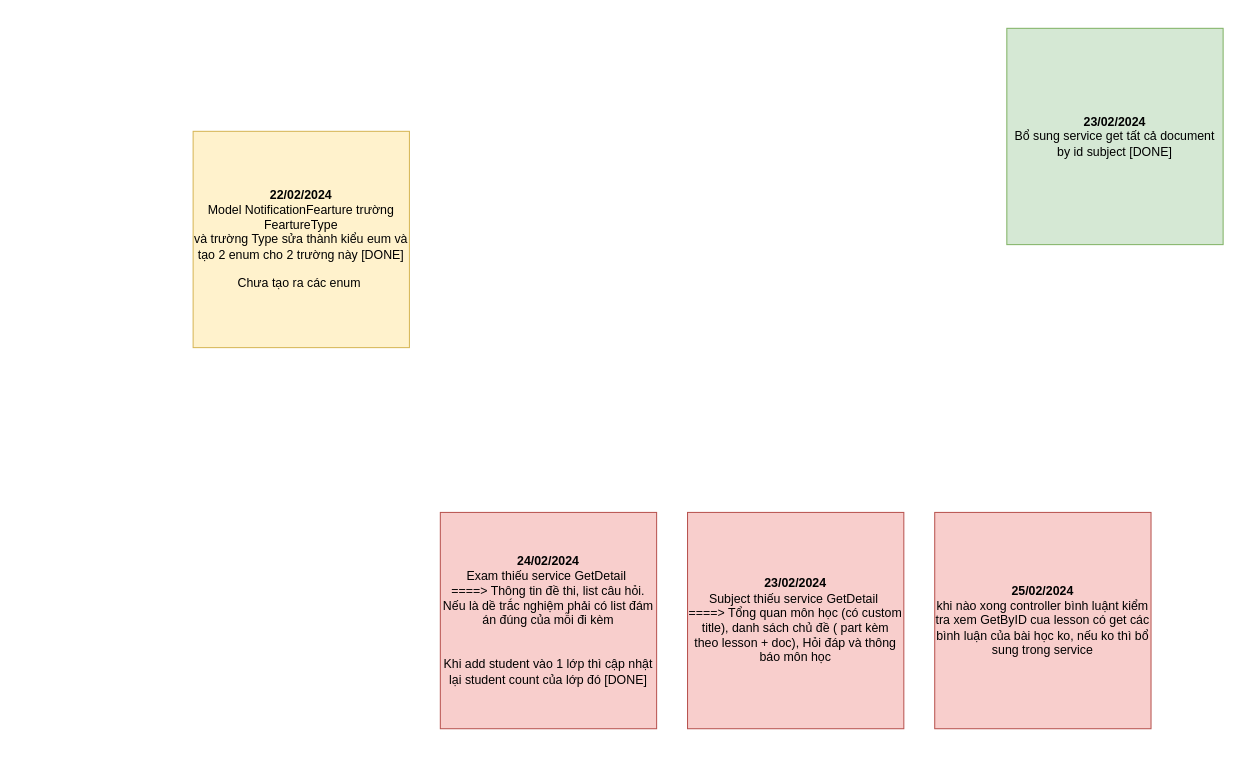
This is page "Note" (3 of 3) of Internship_BACKEND_2024_02_02.01.2024_LamSamChan_LMS - Elibrary_Diagram.drawio from LamSamChan/LMS_ELibrary_BE_Intern_Alta, a draw.io file, before an edit. Source tidied: cells renumbered, new cells numbered last; positions are measured from the earlier drawing's top-left corner, leaving out a move shared by most shapes. Both pictures are drawn from the tidied source at 103%, with x=0, y=0 at pixel (193, 28).
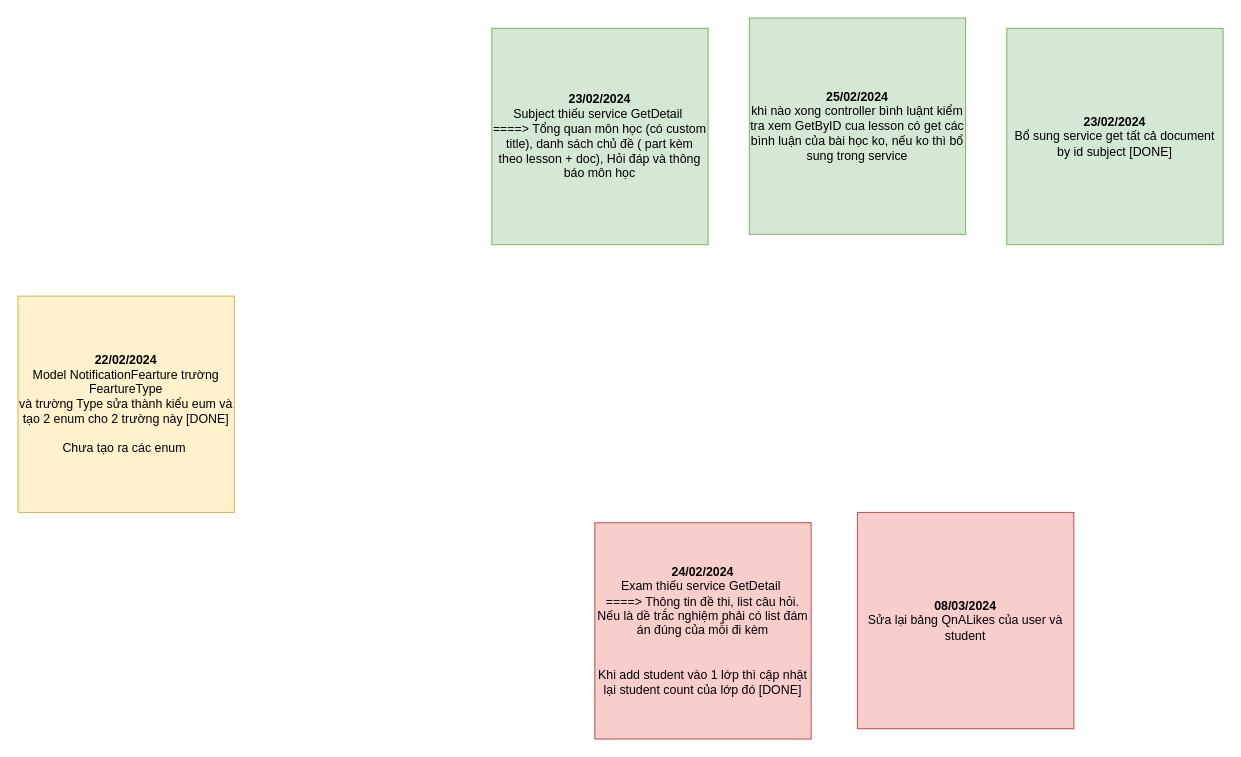
The same diagram, later.

Change to the diagram source:
```diff
@@
 <mxGraphModel>
   <root>
     <mxCell id="0" />
     <mxCell id="1" parent="0" />
     <mxCell id="2" value="&lt;b&gt;22/02/2024&lt;br&gt;&lt;/b&gt;Model NotificationFearture trường FeartureType&lt;br&gt;và trường Type sửa thành kiểu eum và tạo 2 enum cho 2 trường này [DONE]&lt;br&gt;&lt;br&gt;Chưa tạo ra các enum&amp;nbsp;" style="whiteSpace=wrap;html=1;fillColor=#fff2cc;strokeColor=#d6b656;" parent="1" vertex="1">
-      <mxGeometry y="100" width="210" height="210" as="geometry" />
+      <mxGeometry x="-170" y="260" width="210" height="210" as="geometry" />
     </mxCell>
     <mxCell id="3" value="&lt;b&gt;23/02/2024&lt;br&gt;&lt;/b&gt;Bổ sung service get tất cả document by id subject [DONE]" style="whiteSpace=wrap;html=1;fillColor=#d5e8d4;strokeColor=#82b366;" parent="1" vertex="1">
       <mxGeometry x="790" width="210" height="210" as="geometry" />
     </mxCell>
-    <mxCell id="4" value="&lt;b&gt;23/02/2024&lt;br&gt;&lt;/b&gt;Subject thiếu service GetDetail&amp;nbsp;&lt;br&gt;====&amp;gt; Tổng quan môn học (có custom title), danh sách chủ đề ( part kèm theo lesson + doc), Hỏi đáp và thông báo môn học" style="whiteSpace=wrap;html=1;fillColor=#f8cecc;strokeColor=#b85450;" parent="1" vertex="1">
-      <mxGeometry x="480" y="470" width="210" height="210" as="geometry" />
+    <mxCell id="4" value="&lt;b&gt;23/02/2024&lt;br&gt;&lt;/b&gt;Subject thiếu service GetDetail&amp;nbsp;&lt;br&gt;====&amp;gt; Tổng quan môn học (có custom title), danh sách chủ đề ( part kèm theo lesson + doc), Hỏi đáp và thông báo môn học" style="whiteSpace=wrap;html=1;fillColor=#d5e8d4;strokeColor=#82b366;" parent="1" vertex="1">
+      <mxGeometry x="290" width="210" height="210" as="geometry" />
     </mxCell>
     <mxCell id="5" value="&lt;b&gt;24/02/2024&lt;br&gt;&lt;/b&gt;Exam thiếu service GetDetail&amp;nbsp;&lt;br&gt;====&amp;gt; Thông tin đề thi, list câu hỏi. Nếu là dề trắc nghiệm phải có list đám án đúng của mỗi đi kèm&lt;br&gt;&lt;br&gt;&lt;br&gt;Khi add student vào 1 lớp thì cập nhật lại student count của lớp đó [DONE]" style="whiteSpace=wrap;html=1;fillColor=#f8cecc;strokeColor=#b85450;" parent="1" vertex="1">
-      <mxGeometry x="240" y="470" width="210" height="210" as="geometry" />
+      <mxGeometry x="390" y="480" width="210" height="210" as="geometry" />
     </mxCell>
-    <mxCell id="6" value="&lt;b&gt;25/02/2024&lt;br&gt;&lt;/b&gt;khi nào xong controller bình luậnt kiểm tra xem GetByID cua lesson có get các bình luận của bài học ko, nếu ko thì bổ sung trong service" style="whiteSpace=wrap;html=1;fillColor=#f8cecc;strokeColor=#b85450;" parent="1" vertex="1">
-      <mxGeometry x="720" y="470" width="210" height="210" as="geometry" />
+    <mxCell id="6" value="&lt;b&gt;25/02/2024&lt;br&gt;&lt;/b&gt;khi nào xong controller bình luậnt kiểm tra xem GetByID cua lesson có get các bình luận của bài học ko, nếu ko thì bổ sung trong service" style="whiteSpace=wrap;html=1;fillColor=#d5e8d4;strokeColor=#82b366;" parent="1" vertex="1">
+      <mxGeometry x="540" y="-10" width="210" height="210" as="geometry" />
     </mxCell>
+    <mxCell id="7" value="&lt;b&gt;08/03/2024&lt;br&gt;&lt;/b&gt;Sửa lại bảng&amp;nbsp;QnALikes của user và student" style="whiteSpace=wrap;html=1;fillColor=#f8cecc;strokeColor=#b85450;" parent="1" vertex="1">
+      <mxGeometry x="645" y="470" width="210" height="210" as="geometry" />
+    </mxCell>
   </root>
 </mxGraphModel>
```
